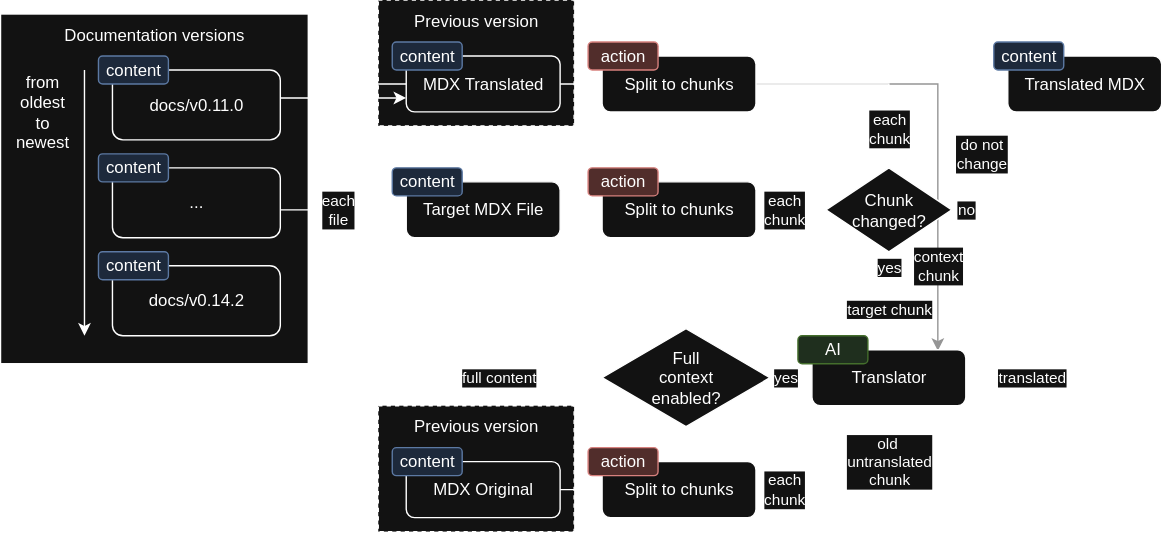
riyandiweb/typst-mdx-docs keeps this draw.io diagram as assets/translation.svg. Above is the earlier version. Source tidied: cells renumbered, new cells last; positions are measured from the earlier drawing's top-left corner, leaving out a move shared by most shapes. Its diagram source:
```xml
<mxGraphModel>
  <root>
    <mxCell id="0" />
    <mxCell id="1" parent="0" />
    <mxCell id="2" style="edgeStyle=orthogonalEdgeStyle;rounded=0;jettySize=auto;html=1;entryX=0.82;entryY=0.019;entryDx=0;entryDy=0;fillColor=#f5f5f5;strokeColor=#666666;entryPerimeter=0;" parent="1" edge="1" source="29" target="25">
      <mxGeometry relative="1" as="geometry">
        <Array as="points">
          <mxPoint x="670" y="60" />
          <mxPoint x="670" y="251" />
        </Array>
      </mxGeometry>
    </mxCell>
    <mxCell id="3" value="&lt;div&gt;context&lt;/div&gt;&lt;div&gt;chunk&lt;/div&gt;" style="edgeLabel;html=1;align=center;verticalAlign=middle;" parent="2" vertex="1">
      <mxGeometry x="-0.22" y="1" relative="1" as="geometry">
        <mxPoint x="5" y="131" as="offset" />
      </mxGeometry>
    </mxCell>
    <mxCell id="4" style="edgeStyle=orthogonalEdgeStyle;rounded=0;jettySize=auto;html=1;entryX=0;entryY=0.5;entryDx=0;entryDy=0;" parent="1" edge="1" source="22" target="19">
      <mxGeometry relative="1" as="geometry" />
    </mxCell>
    <mxCell id="5" style="group;" parent="1" vertex="1">
      <mxGeometry x="270" width="150" height="90" as="geometry" />
    </mxCell>
    <mxCell id="6" style="rounded=0;whiteSpace=wrap;html=1;fontSize=11;strokeColor=default;dashed=1;" parent="5" vertex="1">
      <mxGeometry width="140" height="90" as="geometry" />
    </mxCell>
    <mxCell id="7" value="Previous version" style="text;html=1;whiteSpace=wrap;strokeColor=none;fillColor=none;align=center;verticalAlign=middle;rounded=0;" parent="5" vertex="1">
      <mxGeometry width="140" height="30" as="geometry" />
    </mxCell>
    <mxCell id="8" style="group;" parent="5" vertex="1">
      <mxGeometry x="10" y="30" width="120" height="50" as="geometry" />
    </mxCell>
    <mxCell id="9" value="MDX Translated" style="rounded=1;whiteSpace=wrap;html=1;" parent="8" vertex="1">
      <mxGeometry x="10" y="10" width="110" height="40" as="geometry" />
    </mxCell>
    <mxCell id="10" value="content" style="rounded=1;whiteSpace=wrap;html=1;fillColor=#dae8fc;strokeColor=#6c8ebf;" parent="8" vertex="1">
      <mxGeometry width="50" height="20" as="geometry" />
    </mxCell>
    <mxCell id="11" style="edgeStyle=orthogonalEdgeStyle;rounded=0;jettySize=auto;html=1;entryX=0.5;entryY=0;entryDx=0;entryDy=0;" parent="1" edge="1" source="17" target="25">
      <mxGeometry relative="1" as="geometry" />
    </mxCell>
    <mxCell id="12" value="yes" style="edgeLabel;html=1;align=center;verticalAlign=middle;" parent="11" vertex="1">
      <mxGeometry x="-0.51" relative="1" as="geometry">
        <mxPoint y="-7" as="offset" />
      </mxGeometry>
    </mxCell>
    <mxCell id="13" value="target chunk" style="edgeLabel;html=1;align=center;verticalAlign=middle;" parent="11" vertex="1">
      <mxGeometry x="0.26" relative="1" as="geometry">
        <mxPoint y="-4" as="offset" />
      </mxGeometry>
    </mxCell>
    <mxCell id="14" style="edgeStyle=orthogonalEdgeStyle;rounded=0;jettySize=auto;html=1;entryX=0;entryY=0.5;entryDx=0;entryDy=0;" parent="1" edge="1" source="17" target="36">
      <mxGeometry relative="1" as="geometry" />
    </mxCell>
    <mxCell id="15" value="no" style="edgeLabel;html=1;align=center;verticalAlign=middle;" parent="14" vertex="1">
      <mxGeometry x="-0.54" y="-2" relative="1" as="geometry">
        <mxPoint x="-12" y="10" as="offset" />
      </mxGeometry>
    </mxCell>
    <mxCell id="16" value="&lt;div&gt;do not&lt;/div&gt;&lt;div&gt;change&lt;/div&gt;" style="edgeLabel;html=1;align=center;verticalAlign=middle;" parent="14" vertex="1">
      <mxGeometry x="0.08" y="-1" relative="1" as="geometry">
        <mxPoint y="10" as="offset" />
      </mxGeometry>
    </mxCell>
    <mxCell id="17" value="&lt;div&gt;Chunk&lt;/div&gt;&lt;div&gt;changed?&lt;/div&gt;" style="rhombus;whiteSpace=wrap;html=1;" parent="1" vertex="1">
      <mxGeometry x="590" y="120" width="90" height="60" as="geometry" />
    </mxCell>
    <mxCell id="18" style="group;" parent="1" vertex="1">
      <mxGeometry x="420" y="120" width="120" height="50" as="geometry" />
    </mxCell>
    <mxCell id="19" value="Split to chunks" style="rounded=1;whiteSpace=wrap;html=1;" parent="18" vertex="1">
      <mxGeometry x="10" y="10" width="110" height="40" as="geometry" />
    </mxCell>
    <mxCell id="20" value="action" style="rounded=1;whiteSpace=wrap;html=1;fillColor=#f8cecc;strokeColor=#b85450;" parent="18" vertex="1">
      <mxGeometry width="50" height="20" as="geometry" />
    </mxCell>
    <mxCell id="21" style="group;" parent="1" vertex="1">
      <mxGeometry x="280" y="120" width="120" height="50" as="geometry" />
    </mxCell>
    <mxCell id="22" value="Target MDX File" style="rounded=1;whiteSpace=wrap;html=1;" parent="21" vertex="1">
      <mxGeometry x="10" y="10" width="110" height="40" as="geometry" />
    </mxCell>
    <mxCell id="23" value="content" style="rounded=1;whiteSpace=wrap;html=1;fillColor=#dae8fc;strokeColor=#6c8ebf;" parent="21" vertex="1">
      <mxGeometry width="50" height="20" as="geometry" />
    </mxCell>
    <mxCell id="24" style="group;" parent="1" vertex="1">
      <mxGeometry x="570" y="240" width="120" height="50" as="geometry" />
    </mxCell>
    <mxCell id="25" value="Translator" style="rounded=1;whiteSpace=wrap;html=1;" parent="24" vertex="1">
      <mxGeometry x="10" y="10" width="110" height="40" as="geometry" />
    </mxCell>
    <mxCell id="26" value="AI" style="rounded=1;whiteSpace=wrap;html=1;fillColor=#d5e8d4;strokeColor=#82b366;" parent="24" vertex="1">
      <mxGeometry width="50" height="20" as="geometry" />
    </mxCell>
    <mxCell id="27" style="edgeStyle=orthogonalEdgeStyle;rounded=0;jettySize=auto;html=1;entryX=0;entryY=0.5;entryDx=0;entryDy=0;" parent="1" edge="1" source="19" target="17">
      <mxGeometry relative="1" as="geometry" />
    </mxCell>
    <mxCell id="28" style="group;" parent="1" vertex="1">
      <mxGeometry x="420" y="30" width="120" height="50" as="geometry" />
    </mxCell>
    <mxCell id="29" value="Split to chunks" style="rounded=1;whiteSpace=wrap;html=1;" parent="28" vertex="1">
      <mxGeometry x="10" y="10" width="110" height="40" as="geometry" />
    </mxCell>
    <mxCell id="30" value="action" style="rounded=1;whiteSpace=wrap;html=1;fillColor=#f8cecc;strokeColor=#b85450;" parent="28" vertex="1">
      <mxGeometry width="50" height="20" as="geometry" />
    </mxCell>
    <mxCell id="31" style="endArrow=classic;html=1;rounded=0;exitX=1;exitY=0.5;exitDx=0;exitDy=0;entryX=0;entryY=0.5;entryDx=0;entryDy=0;" parent="1" edge="1" source="9" target="29">
      <mxGeometry relative="1" as="geometry" />
    </mxCell>
    <mxCell id="32" style="edgeStyle=orthogonalEdgeStyle;rounded=0;jettySize=auto;html=1;entryX=0.5;entryY=0;entryDx=0;entryDy=0;" parent="1" edge="1" source="29" target="17">
      <mxGeometry relative="1" as="geometry" />
    </mxCell>
    <mxCell id="33" value="&lt;div&gt;each&lt;/div&gt;&lt;div&gt;chunk&lt;/div&gt;" style="edgeLabel;html=1;align=center;verticalAlign=middle;" parent="32" vertex="1">
      <mxGeometry x="0.64" relative="1" as="geometry" />
    </mxCell>
    <mxCell id="34" value="&lt;div&gt;each&lt;/div&gt;&lt;div&gt;chunk&lt;/div&gt;" style="edgeLabel;html=1;align=center;verticalAlign=middle;" parent="1" vertex="1">
      <mxGeometry x="560" y="150" as="geometry" />
    </mxCell>
    <mxCell id="35" style="group;" parent="1" vertex="1">
      <mxGeometry x="710" y="30" width="120" height="50" as="geometry" />
    </mxCell>
    <mxCell id="36" value="Translated MDX" style="rounded=1;whiteSpace=wrap;html=1;" parent="35" vertex="1">
      <mxGeometry x="10" y="10" width="110" height="40" as="geometry" />
    </mxCell>
    <mxCell id="37" value="content" style="rounded=1;whiteSpace=wrap;html=1;fillColor=#dae8fc;strokeColor=#6c8ebf;" parent="35" vertex="1">
      <mxGeometry width="50" height="20" as="geometry" />
    </mxCell>
    <mxCell id="38" style="edgeStyle=orthogonalEdgeStyle;rounded=0;jettySize=auto;html=1;entryX=0.5;entryY=1;entryDx=0;entryDy=0;" parent="1" edge="1" source="25" target="36">
      <mxGeometry relative="1" as="geometry" />
    </mxCell>
    <mxCell id="39" value="translated" style="edgeLabel;html=1;align=center;verticalAlign=middle;" parent="38" vertex="1">
      <mxGeometry x="-0.73" y="1" relative="1" as="geometry">
        <mxPoint x="9" y="1" as="offset" />
      </mxGeometry>
    </mxCell>
    <mxCell id="40" style="edgeStyle=orthogonalEdgeStyle;rounded=0;jettySize=auto;html=1;entryX=0;entryY=0.5;entryDx=0;entryDy=0;" parent="1" edge="1" source="42" target="25">
      <mxGeometry relative="1" as="geometry" />
    </mxCell>
    <mxCell id="41" value="yes" style="edgeLabel;html=1;align=center;verticalAlign=middle;" parent="40" vertex="1">
      <mxGeometry x="-0.34" y="-1" relative="1" as="geometry">
        <mxPoint x="-6" y="-1" as="offset" />
      </mxGeometry>
    </mxCell>
    <mxCell id="42" value="Full&lt;div&gt;context&lt;/div&gt;&lt;div&gt;enabled?&lt;/div&gt;" style="rhombus;whiteSpace=wrap;html=1;" parent="1" vertex="1">
      <mxGeometry x="430" y="235" width="120" height="70" as="geometry" />
    </mxCell>
    <mxCell id="43" style="endArrow=classic;html=1;rounded=0;exitX=0;exitY=0.5;exitDx=0;exitDy=0;entryX=0;entryY=0.5;entryDx=0;entryDy=0;" parent="1" edge="1" source="9" target="42">
      <mxGeometry relative="1" as="geometry">
        <Array as="points">
          <mxPoint x="260" y="60" />
          <mxPoint x="260" y="270" />
        </Array>
      </mxGeometry>
    </mxCell>
    <mxCell id="44" value="full content" style="edgeLabel;html=1;align=center;verticalAlign=middle;" parent="43" vertex="1">
      <mxGeometry x="0.71" y="2" relative="1" as="geometry">
        <mxPoint x="-15" y="2" as="offset" />
      </mxGeometry>
    </mxCell>
    <mxCell id="45" style="group;" parent="1" vertex="1">
      <mxGeometry y="10" width="220" height="250" as="geometry" />
    </mxCell>
    <mxCell id="46" style="rounded=0;whiteSpace=wrap;html=1;" parent="45" vertex="1">
      <mxGeometry width="220" height="250" as="geometry" />
    </mxCell>
    <mxCell id="47" style="group;" parent="45" vertex="1">
      <mxGeometry x="70" y="30" width="130" height="60" as="geometry" />
    </mxCell>
    <mxCell id="48" value="docs/v0.11.0" style="rounded=1;whiteSpace=wrap;html=1;" parent="47" vertex="1">
      <mxGeometry x="10" y="10" width="120" height="50" as="geometry" />
    </mxCell>
    <mxCell id="49" value="content" style="rounded=1;whiteSpace=wrap;html=1;fillColor=#dae8fc;strokeColor=#6c8ebf;" parent="47" vertex="1">
      <mxGeometry width="50" height="20" as="geometry" />
    </mxCell>
    <mxCell id="50" style="group;" parent="45" vertex="1">
      <mxGeometry x="70" y="170" width="130" height="60" as="geometry" />
    </mxCell>
    <mxCell id="51" value="docs/v0.14.2" style="rounded=1;whiteSpace=wrap;html=1;" parent="50" vertex="1">
      <mxGeometry x="10" y="10" width="120" height="50" as="geometry" />
    </mxCell>
    <mxCell id="52" value="content" style="rounded=1;whiteSpace=wrap;html=1;fillColor=#dae8fc;strokeColor=#6c8ebf;" parent="50" vertex="1">
      <mxGeometry width="50" height="20" as="geometry" />
    </mxCell>
    <mxCell id="53" style="group;" parent="45" vertex="1">
      <mxGeometry x="70" y="100" width="130" height="60" as="geometry" />
    </mxCell>
    <mxCell id="54" value="..." style="rounded=1;whiteSpace=wrap;html=1;" parent="53" vertex="1">
      <mxGeometry x="10" y="10" width="120" height="50" as="geometry" />
    </mxCell>
    <mxCell id="55" value="content" style="rounded=1;whiteSpace=wrap;html=1;fillColor=#dae8fc;strokeColor=#6c8ebf;" parent="53" vertex="1">
      <mxGeometry width="50" height="20" as="geometry" />
    </mxCell>
    <mxCell id="56" style="endArrow=classic;html=1;rounded=0;" parent="45" edge="1">
      <mxGeometry relative="1" as="geometry">
        <mxPoint x="60" y="40" as="sourcePoint" />
        <mxPoint x="60" y="230" as="targetPoint" />
      </mxGeometry>
    </mxCell>
    <mxCell id="57" value="&lt;div&gt;from&lt;/div&gt;&lt;div&gt;oldest&lt;/div&gt;&lt;div&gt;to&lt;/div&gt;&lt;div&gt;newest&lt;/div&gt;" style="text;html=1;whiteSpace=wrap;strokeColor=none;fillColor=none;align=center;verticalAlign=middle;rounded=0;" parent="45" vertex="1">
      <mxGeometry y="40" width="60" height="60" as="geometry" />
    </mxCell>
    <mxCell id="58" value="Documentation versions" style="text;html=1;whiteSpace=wrap;strokeColor=none;fillColor=none;align=center;verticalAlign=middle;rounded=0;" parent="45" vertex="1">
      <mxGeometry width="220" height="30" as="geometry" />
    </mxCell>
    <mxCell id="59" style="edgeStyle=orthogonalEdgeStyle;rounded=0;jettySize=auto;html=1;entryX=0;entryY=0.75;entryDx=0;entryDy=0;" parent="1" edge="1" source="48" target="9">
      <mxGeometry relative="1" as="geometry">
        <Array as="points">
          <mxPoint x="220" y="70" />
          <mxPoint x="220" y="70" />
        </Array>
      </mxGeometry>
    </mxCell>
    <mxCell id="60" style="edgeStyle=orthogonalEdgeStyle;rounded=0;jettySize=auto;html=1;entryX=0;entryY=0.5;entryDx=0;entryDy=0;" parent="1" edge="1" source="54" target="22">
      <mxGeometry relative="1" as="geometry">
        <Array as="points">
          <mxPoint x="220" y="150" />
          <mxPoint x="220" y="150" />
        </Array>
      </mxGeometry>
    </mxCell>
    <mxCell id="61" value="&lt;div&gt;each&lt;/div&gt;&lt;div&gt;file&lt;/div&gt;" style="edgeLabel;html=1;align=center;verticalAlign=middle;" parent="60" vertex="1">
      <mxGeometry x="-0.09" relative="1" as="geometry" />
    </mxCell>
    <mxCell id="62" style="group;" parent="1" vertex="1">
      <mxGeometry x="270" y="290" width="150" height="90" as="geometry" />
    </mxCell>
    <mxCell id="63" style="rounded=0;whiteSpace=wrap;html=1;fontSize=11;strokeColor=default;dashed=1;" parent="62" vertex="1">
      <mxGeometry width="140" height="90" as="geometry" />
    </mxCell>
    <mxCell id="64" value="Previous version" style="text;html=1;whiteSpace=wrap;strokeColor=none;fillColor=none;align=center;verticalAlign=middle;rounded=0;" parent="62" vertex="1">
      <mxGeometry width="140" height="30" as="geometry" />
    </mxCell>
    <mxCell id="65" style="group;" parent="62" vertex="1">
      <mxGeometry x="10" y="30" width="120" height="50" as="geometry" />
    </mxCell>
    <mxCell id="66" value="MDX Original" style="rounded=1;whiteSpace=wrap;html=1;" parent="65" vertex="1">
      <mxGeometry x="10" y="10" width="110" height="40" as="geometry" />
    </mxCell>
    <mxCell id="67" value="content" style="rounded=1;whiteSpace=wrap;html=1;fillColor=#dae8fc;strokeColor=#6c8ebf;" parent="65" vertex="1">
      <mxGeometry width="50" height="20" as="geometry" />
    </mxCell>
    <mxCell id="68" style="group;" parent="1" vertex="1">
      <mxGeometry x="420" y="320" width="120" height="50" as="geometry" />
    </mxCell>
    <mxCell id="69" value="Split to chunks" style="rounded=1;whiteSpace=wrap;html=1;" parent="68" vertex="1">
      <mxGeometry x="10" y="10" width="110" height="40" as="geometry" />
    </mxCell>
    <mxCell id="70" value="action" style="rounded=1;whiteSpace=wrap;html=1;fillColor=#f8cecc;strokeColor=#b85450;" parent="68" vertex="1">
      <mxGeometry width="50" height="20" as="geometry" />
    </mxCell>
    <mxCell id="71" style="edgeStyle=orthogonalEdgeStyle;rounded=0;jettySize=auto;html=1;entryX=0;entryY=0.5;entryDx=0;entryDy=0;" parent="1" edge="1" source="66" target="69">
      <mxGeometry relative="1" as="geometry" />
    </mxCell>
    <mxCell id="72" style="edgeStyle=orthogonalEdgeStyle;rounded=0;jettySize=auto;html=1;entryX=0.5;entryY=1;entryDx=0;entryDy=0;" parent="1" edge="1" source="69" target="25">
      <mxGeometry relative="1" as="geometry" />
    </mxCell>
    <mxCell id="73" value="&lt;div&gt;old&amp;nbsp;&lt;/div&gt;&lt;div&gt;untranslated&lt;/div&gt;&lt;div&gt;chunk&lt;/div&gt;" style="edgeLabel;html=1;align=center;verticalAlign=middle;" parent="72" vertex="1">
      <mxGeometry x="0.57" y="-3" relative="1" as="geometry">
        <mxPoint x="-3" y="6" as="offset" />
      </mxGeometry>
    </mxCell>
    <mxCell id="74" value="&lt;div&gt;each&lt;/div&gt;&lt;div&gt;chunk&lt;/div&gt;" style="edgeLabel;html=1;align=center;verticalAlign=middle;" parent="1" vertex="1">
      <mxGeometry x="560" y="350" as="geometry" />
    </mxCell>
  </root>
</mxGraphModel>
```
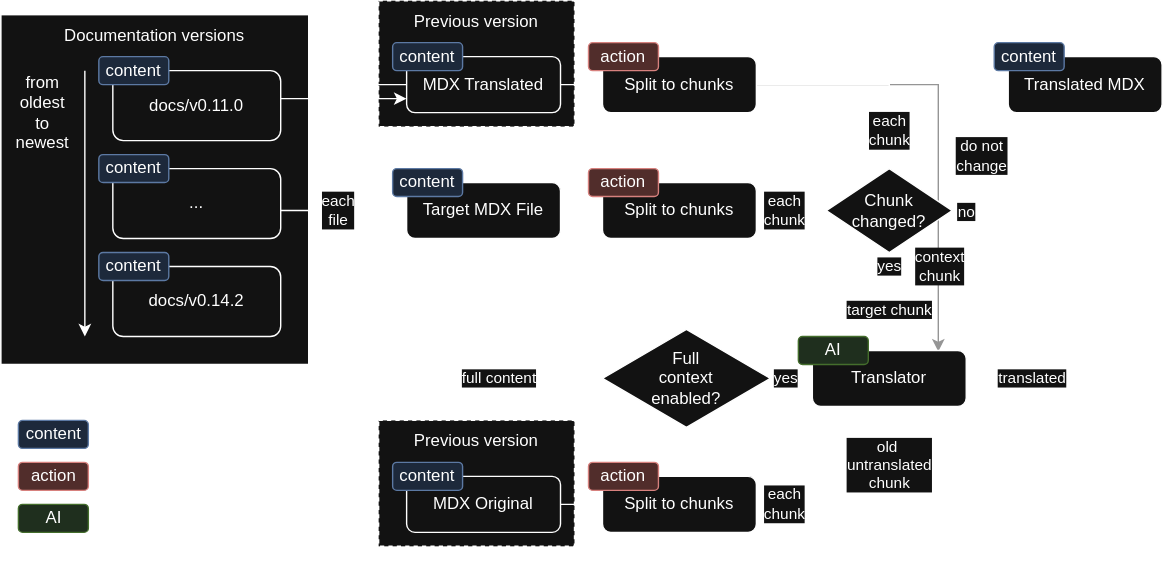
After the change.

Diff of the diagram source:
```diff
@@ -222,7 +222,7 @@
       <mxGeometry x="-0.09" relative="1" as="geometry" />
     </mxCell>
     <mxCell id="62" style="group;" parent="1" vertex="1">
-      <mxGeometry x="270" y="290" width="150" height="90" as="geometry" />
+      <mxGeometry x="270" y="300" width="150" height="90" as="geometry" />
     </mxCell>
     <mxCell id="63" style="rounded=0;whiteSpace=wrap;html=1;fontSize=11;strokeColor=default;dashed=1;" parent="62" vertex="1">
       <mxGeometry width="140" height="90" as="geometry" />
@@ -240,7 +240,7 @@
       <mxGeometry width="50" height="20" as="geometry" />
     </mxCell>
     <mxCell id="68" style="group;" parent="1" vertex="1">
-      <mxGeometry x="420" y="320" width="120" height="50" as="geometry" />
+      <mxGeometry x="420" y="330" width="120" height="50" as="geometry" />
     </mxCell>
     <mxCell id="69" value="Split to chunks" style="rounded=1;whiteSpace=wrap;html=1;" parent="68" vertex="1">
       <mxGeometry x="10" y="10" width="110" height="40" as="geometry" />
@@ -260,7 +260,43 @@
       </mxGeometry>
     </mxCell>
     <mxCell id="74" value="&lt;div&gt;each&lt;/div&gt;&lt;div&gt;chunk&lt;/div&gt;" style="edgeLabel;html=1;align=center;verticalAlign=middle;" parent="1" vertex="1">
-      <mxGeometry x="560" y="350" as="geometry" />
+      <mxGeometry x="560" y="360" as="geometry" />
     </mxCell>
+    <mxCell id="75" style="group;" parent="1" vertex="1">
+      <mxGeometry y="270" width="192.5" height="140" as="geometry" />
+    </mxCell>
+    <mxCell id="76" style="rounded=0;whiteSpace=wrap;html=1;fontSize=10;dashed=1;fillColor=none;" parent="75" vertex="1">
+      <mxGeometry width="180" height="120" as="geometry" />
+    </mxCell>
+    <mxCell id="77" style="group;" parent="75" vertex="1">
+      <mxGeometry x="12.5" y="30" width="165" height="20" as="geometry" />
+    </mxCell>
+    <mxCell id="78" value="content" style="rounded=1;whiteSpace=wrap;html=1;fillColor=#dae8fc;strokeColor=#6c8ebf;" parent="77" vertex="1">
+      <mxGeometry width="50" height="20" as="geometry" />
+    </mxCell>
+    <mxCell id="79" value="- repository file" style="text;html=1;whiteSpace=wrap;strokeColor=none;fillColor=none;align=left;verticalAlign=middle;rounded=0;" parent="77" vertex="1">
+      <mxGeometry x="55" width="110" height="20" as="geometry" />
+    </mxCell>
+    <mxCell id="80" value="Legend" style="text;html=1;whiteSpace=wrap;strokeColor=none;fillColor=none;align=center;verticalAlign=middle;rounded=0;" parent="75" vertex="1">
+      <mxGeometry x="0.5" width="192" height="30" as="geometry" />
+    </mxCell>
+    <mxCell id="81" style="group;" parent="75" vertex="1">
+      <mxGeometry x="12.5" y="60" width="165" height="20" as="geometry" />
+    </mxCell>
+    <mxCell id="82" value="action" style="rounded=1;whiteSpace=wrap;html=1;fillColor=#f8cecc;strokeColor=#b85450;" parent="81" vertex="1">
+      <mxGeometry width="50" height="20" as="geometry" />
+    </mxCell>
+    <mxCell id="83" value="&lt;div align=&quot;left&quot;&gt;- python function&lt;/div&gt;" style="text;html=1;whiteSpace=wrap;strokeColor=none;fillColor=none;align=left;verticalAlign=middle;rounded=0;" parent="81" vertex="1">
+      <mxGeometry x="55" width="110" height="20" as="geometry" />
+    </mxCell>
+    <mxCell id="84" style="group;" parent="75" vertex="1">
+      <mxGeometry x="12.5" y="90" width="165" height="20" as="geometry" />
+    </mxCell>
+    <mxCell id="85" value="AI" style="rounded=1;whiteSpace=wrap;html=1;fillColor=#d5e8d4;strokeColor=#82b366;" parent="84" vertex="1">
+      <mxGeometry width="50" height="20" as="geometry" />
+    </mxCell>
+    <mxCell id="86" value="- AI model" style="text;html=1;whiteSpace=wrap;strokeColor=none;fillColor=none;align=left;verticalAlign=middle;rounded=0;" parent="84" vertex="1">
+      <mxGeometry x="55" width="110" height="20" as="geometry" />
+    </mxCell>
   </root>
 </mxGraphModel>
```
